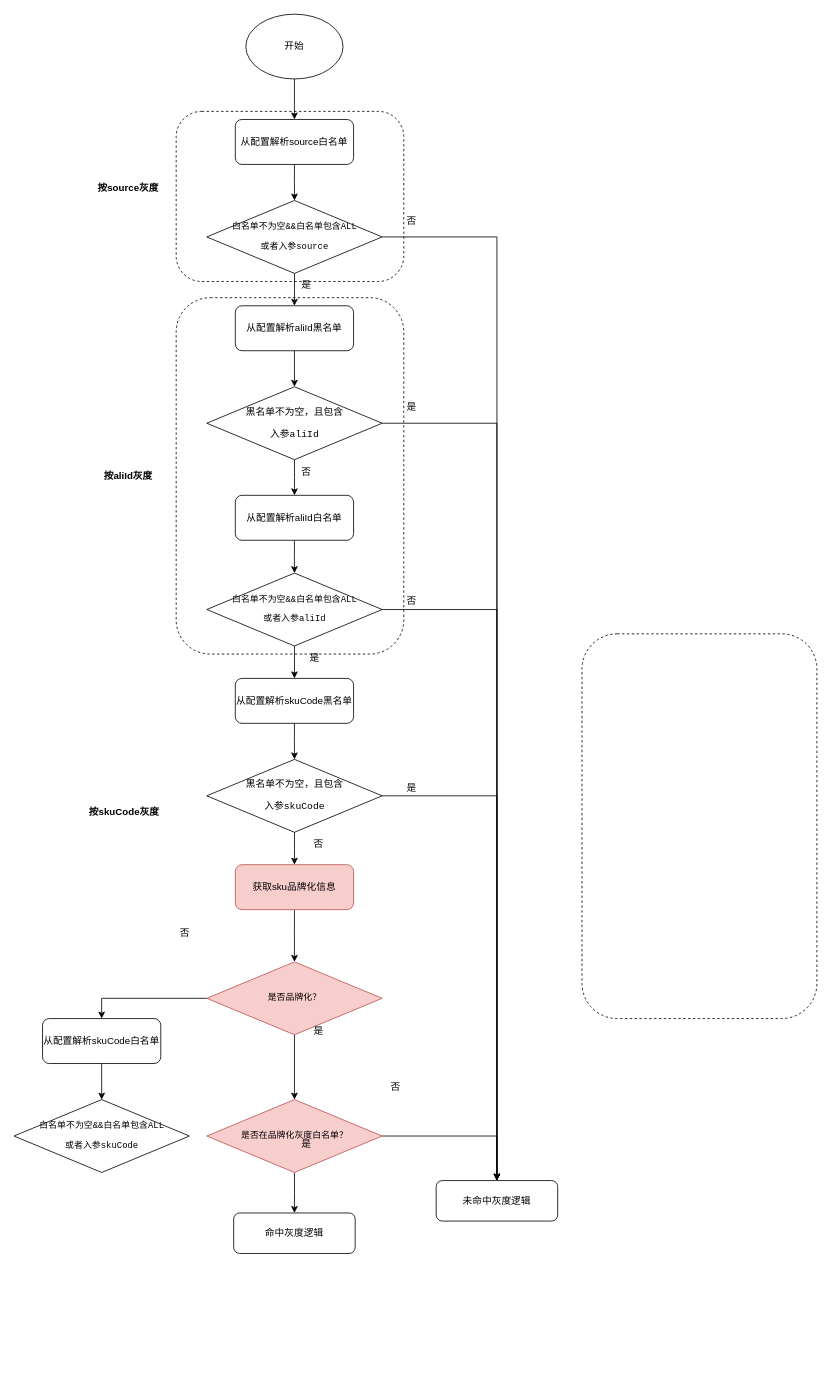
The draw.io diagram 费用项缓存逻辑-新.drawio in heyrry/draw.io, before the edit. Source tidied: cells renumbered, new cells numbered last; positions are measured from the earlier drawing's top-left corner, leaving out a move shared by most shapes. Both pictures are drawn from the tidied source at 81%, with x=0, y=0 at pixel (14, -618).
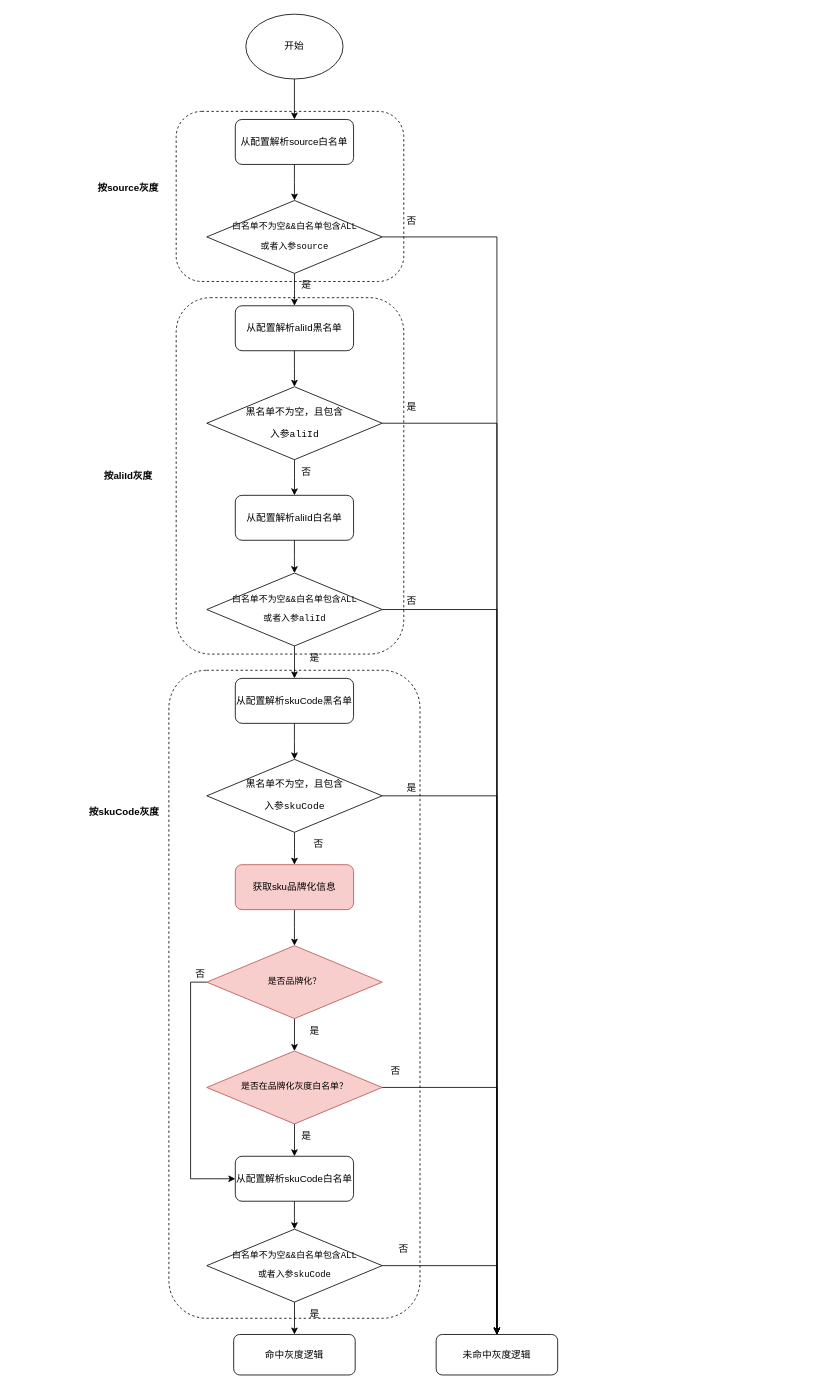
Above is the later version.

Commit message:
更新费用项缓存逻辑-新.drawio

What changed in the source:
```diff
@@
     <mxCell id="2" style="rounded=1;whiteSpace=wrap;html=1;fillColor=none;dashed=1;" parent="1" vertex="1">
-      <mxGeometry x="701" y="1545" width="290" height="475" as="geometry" />
+      <mxGeometry x="191" y="1590" width="310" height="800" as="geometry" />
     </mxCell>
@@
     <mxCell id="11" value="命中灰度逻辑" style="rounded=1;whiteSpace=wrap;html=1;fillColor=none;strokeColor=default;" parent="1" vertex="1">
-      <mxGeometry x="271" y="2260" width="150" height="50" as="geometry" />
+      <mxGeometry x="271" y="2410" width="150" height="50" as="geometry" />
     </mxCell>
@@
-    <mxCell id="38" style="edgeStyle=orthogonalEdgeStyle;rounded=0;jettySize=auto;html=1;exitX=0;exitY=0.5;exitDx=0;exitDy=0;entryX=0.5;entryY=0;entryDx=0;entryDy=0;" parent="1" edge="1" source="39" target="60">
+    <mxCell id="38" style="edgeStyle=orthogonalEdgeStyle;rounded=0;jettySize=auto;html=1;exitX=0;exitY=0.5;exitDx=0;exitDy=0;entryX=0;entryY=0.5;entryDx=0;entryDy=0;" parent="1" edge="1" source="39" target="60">
       <mxGeometry relative="1" as="geometry" />
     </mxCell>
     <mxCell id="39" value="&lt;pre&gt;&lt;pre&gt;是否品牌化？&lt;/pre&gt;&lt;/pre&gt;" style="rhombus;whiteSpace=wrap;html=1;fillColor=#f8cecc;verticalAlign=middle;horizontal=1;spacing=0;fontSize=11;strokeColor=#b85450;" parent="1" vertex="1">
-      <mxGeometry x="237.8" y="1950" width="216.5" height="90" as="geometry" />
+      <mxGeometry x="237.8" y="1930" width="216.5" height="90" as="geometry" />
     </mxCell>
     <mxCell id="40" value="未命中灰度逻辑" style="rounded=1;whiteSpace=wrap;html=1;fillColor=none;strokeColor=default;" parent="1" vertex="1">
-      <mxGeometry x="521" y="2220" width="150" height="50" as="geometry" />
+      <mxGeometry x="521" y="2410" width="150" height="50" as="geometry" />
     </mxCell>
@@
-    <mxCell id="43" value="否" style="text;html=1;align=center;verticalAlign=middle;whiteSpace=wrap;rounded=0;" parent="1" vertex="1">
-      <mxGeometry x="181" y="1900" width="60" height="30" as="geometry" />
-    </mxCell>
@@
     <mxCell id="47" value="是" style="text;html=1;align=center;verticalAlign=middle;whiteSpace=wrap;rounded=0;" parent="1" vertex="1">
-      <mxGeometry x="346" y="2020" width="60" height="30" as="geometry" />
+      <mxGeometry x="341" y="2020" width="60" height="30" as="geometry" />
     </mxCell>
@@
-    <mxCell id="54" style="edgeStyle=orthogonalEdgeStyle;rounded=0;jettySize=auto;html=1;exitX=0.5;exitY=1;exitDx=0;exitDy=0;entryX=0.5;entryY=0;entryDx=0;entryDy=0;" parent="1" edge="1" source="56" target="11">
-      <mxGeometry relative="1" as="geometry" />
-    </mxCell>
@@
+    <mxCell id="62" style="edgeStyle=orthogonalEdgeStyle;rounded=0;jettySize=auto;html=1;exitX=0.5;exitY=1;exitDx=0;exitDy=0;entryX=0.5;entryY=0;entryDx=0;entryDy=0;" parent="1" edge="1" source="56" target="60">
+      <mxGeometry relative="1" as="geometry" />
+    </mxCell>
     <mxCell id="56" value="&lt;pre&gt;&lt;pre&gt;是否在品牌化灰度白名单？&lt;/pre&gt;&lt;/pre&gt;" style="rhombus;whiteSpace=wrap;html=1;fillColor=#f8cecc;verticalAlign=middle;horizontal=1;spacing=0;fontSize=11;strokeColor=#b85450;" parent="1" vertex="1">
-      <mxGeometry x="237.8" y="2120" width="216.5" height="90" as="geometry" />
+      <mxGeometry x="237.8" y="2060" width="216.5" height="90" as="geometry" />
     </mxCell>
     <mxCell id="57" value="是" style="text;html=1;align=center;verticalAlign=middle;whiteSpace=wrap;rounded=0;" parent="1" vertex="1">
-      <mxGeometry x="331" y="2160" width="60" height="30" as="geometry" />
+      <mxGeometry x="341" y="2370" width="60" height="30" as="geometry" />
     </mxCell>
     <mxCell id="58" value="否" style="text;html=1;align=center;verticalAlign=middle;whiteSpace=wrap;rounded=0;" parent="1" vertex="1">
-      <mxGeometry x="441" y="2090" width="60" height="30" as="geometry" />
+      <mxGeometry x="200" y="1950" width="60" height="30" as="geometry" />
     </mxCell>
@@
     <mxCell id="60" value="从配置解析skuCode白名单" style="rounded=1;whiteSpace=wrap;html=1;fillColor=none;" parent="1" vertex="1">
-      <mxGeometry x="35" y="2020" width="146" height="55.5" as="geometry" />
+      <mxGeometry x="273" y="2190" width="146" height="55.5" as="geometry" />
     </mxCell>
+    <mxCell id="63" style="edgeStyle=orthogonalEdgeStyle;rounded=0;jettySize=auto;html=1;exitX=0.5;exitY=1;exitDx=0;exitDy=0;entryX=0.5;entryY=0;entryDx=0;entryDy=0;" parent="1" edge="1" source="61" target="11">
+      <mxGeometry relative="1" as="geometry" />
+    </mxCell>
+    <mxCell id="64" style="edgeStyle=orthogonalEdgeStyle;rounded=0;jettySize=auto;html=1;exitX=1;exitY=0.5;exitDx=0;exitDy=0;" parent="1" edge="1" source="61" target="40">
+      <mxGeometry relative="1" as="geometry" />
+    </mxCell>
     <mxCell id="61" value="&lt;pre&gt;&lt;pre&gt;&lt;font&gt;白名单不为空&amp;amp;&amp;amp;白名单包含ALL&lt;/font&gt;&lt;/pre&gt;&lt;pre&gt;&lt;font&gt;或者&lt;/font&gt;入参skuCode&lt;/pre&gt;&lt;/pre&gt;" style="rhombus;whiteSpace=wrap;html=1;fillColor=none;verticalAlign=middle;horizontal=1;spacing=0;fontSize=11;" parent="1" vertex="1">
-      <mxGeometry x="-0.2" y="2120" width="216.5" height="90" as="geometry" />
+      <mxGeometry x="237.8" y="2280" width="216.5" height="90" as="geometry" />
     </mxCell>
+    <mxCell id="65" value="否" style="text;html=1;align=center;verticalAlign=middle;whiteSpace=wrap;rounded=0;" parent="1" vertex="1">
+      <mxGeometry x="441" y="2070" width="60" height="30" as="geometry" />
+    </mxCell>
+    <mxCell id="66" value="否" style="text;html=1;align=center;verticalAlign=middle;whiteSpace=wrap;rounded=0;" parent="1" vertex="1">
+      <mxGeometry x="451" y="2290" width="60" height="30" as="geometry" />
+    </mxCell>
+    <mxCell id="67" value="是" style="text;html=1;align=center;verticalAlign=middle;whiteSpace=wrap;rounded=0;" parent="1" vertex="1">
+      <mxGeometry x="331" y="2150" width="60" height="30" as="geometry" />
+    </mxCell>
```
